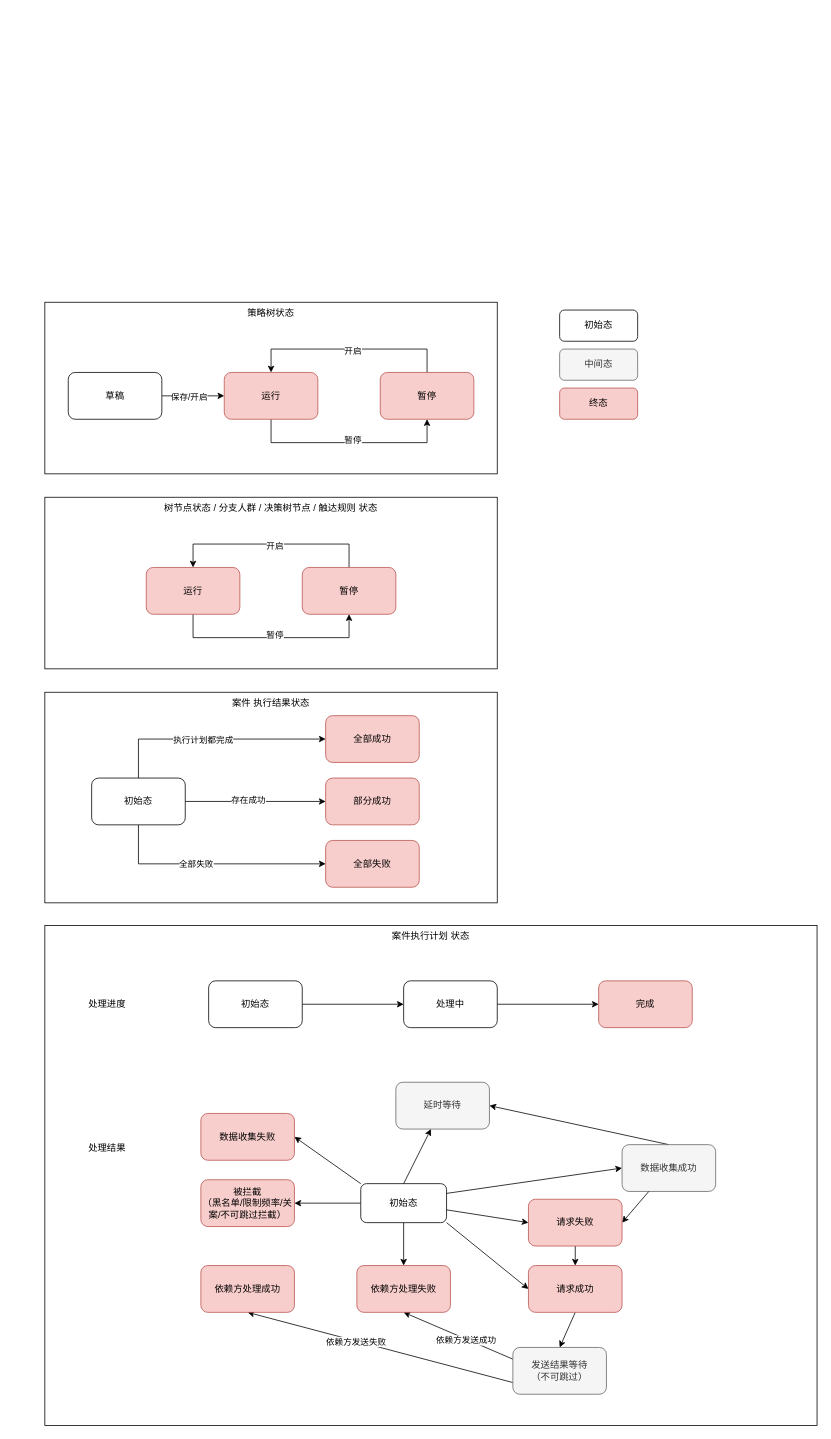
ABIN-DS/flowchart keeps this draw.io diagram as page "状态机设计" (4 of 10) of 运营决策系统设计.drawio. Above is the earlier version. Source tidied: cells renumbered, new cells numbered last; positions are measured from the earlier drawing's top-left corner, leaving out a move shared by most shapes. Both pictures are drawn from the tidied source at 78%, with x=0, y=0 at pixel (44, 302).
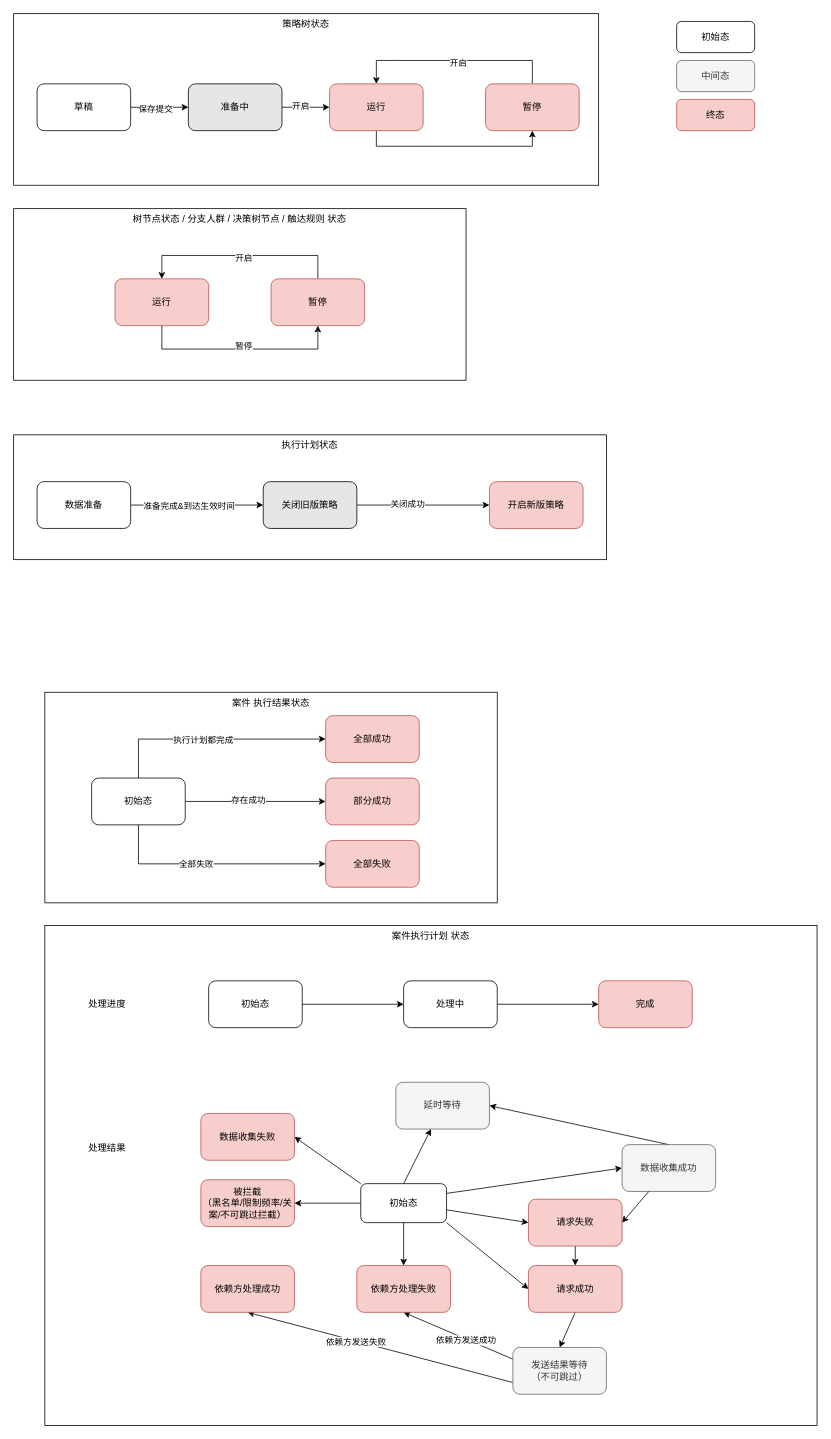
The same diagram, later.

Change to the diagram source:
```diff
@@
     <mxCell id="2" value="策略树状态" style="rounded=0;whiteSpace=wrap;html=1;verticalAlign=top;" parent="1" vertex="1">
-      <mxGeometry width="580" height="220" as="geometry" />
+      <mxGeometry x="-40" y="-370" width="750" height="220" as="geometry" />
     </mxCell>
-    <mxCell id="3" style="edgeStyle=orthogonalEdgeStyle;rounded=0;jettySize=auto;html=1;" parent="1" edge="1" source="5" target="8">
+    <mxCell id="3" style="edgeStyle=orthogonalEdgeStyle;rounded=0;jettySize=auto;html=1;entryX=0;entryY=0.5;entryDx=0;entryDy=0;entryPerimeter=0;" parent="1" edge="1" source="5" target="68">
       <mxGeometry relative="1" as="geometry" />
     </mxCell>
-    <mxCell id="4" value="保存/开启" style="edgeLabel;html=1;align=center;verticalAlign=middle;" parent="3" vertex="1">
+    <mxCell id="4" value="保存提交" style="edgeLabel;html=1;align=center;verticalAlign=middle;" parent="3" vertex="1">
       <mxGeometry x="-0.15" y="-1" relative="1" as="geometry" />
     </mxCell>
     <mxCell id="5" value="草稿" style="rounded=1;whiteSpace=wrap;html=1;" parent="1" vertex="1">
-      <mxGeometry x="30" y="90" width="120" height="60" as="geometry" />
+      <mxGeometry x="-10" y="-280" width="120" height="60" as="geometry" />
     </mxCell>
     <mxCell id="6" style="edgeStyle=orthogonalEdgeStyle;rounded=0;jettySize=auto;html=1;entryX=0.5;entryY=1;entryDx=0;entryDy=0;exitX=0.5;exitY=1;exitDx=0;exitDy=0;" parent="1" edge="1" source="8" target="11">
-      <mxGeometry relative="1" as="geometry">
-        <Array as="points">
-          <mxPoint x="290" y="180" />
-          <mxPoint x="490" y="180" />
-        </Array>
-      </mxGeometry>
+      <mxGeometry relative="1" as="geometry" />
     </mxCell>
-    <mxCell id="7" value="暂停" style="edgeLabel;html=1;align=center;verticalAlign=middle;" parent="6" vertex="1">
-      <mxGeometry x="0.03" y="4" relative="1" as="geometry" />
-    </mxCell>
     <mxCell id="8" value="运行" style="rounded=1;whiteSpace=wrap;html=1;fillColor=#f8cecc;strokeColor=#b85450;" parent="1" vertex="1">
-      <mxGeometry x="230" y="90" width="120" height="60" as="geometry" />
+      <mxGeometry x="365" y="-280" width="120" height="60" as="geometry" />
     </mxCell>
     <mxCell id="9" style="edgeStyle=orthogonalEdgeStyle;rounded=0;jettySize=auto;html=1;entryX=0.5;entryY=0;entryDx=0;entryDy=0;exitX=0.5;exitY=0;exitDx=0;exitDy=0;" parent="1" edge="1" source="11" target="8">
       <mxGeometry relative="1" as="geometry">
         <Array as="points">
-          <mxPoint x="490" y="60" />
-          <mxPoint x="290" y="60" />
+          <mxPoint x="450" y="-310" />
+          <mxPoint x="250" y="-310" />
         </Array>
       </mxGeometry>
     </mxCell>
@@
     <mxCell id="11" value="暂停" style="rounded=1;whiteSpace=wrap;html=1;fillColor=#f8cecc;strokeColor=#b85450;" parent="1" vertex="1">
-      <mxGeometry x="430" y="90" width="120" height="60" as="geometry" />
+      <mxGeometry x="565" y="-280" width="120" height="60" as="geometry" />
     </mxCell>
     <mxCell id="12" value="树节点状态 / 分支人群 / 决策树节点 / 触达规则 状态" style="rounded=0;whiteSpace=wrap;html=1;verticalAlign=top;" parent="1" vertex="1">
-      <mxGeometry y="250" width="580" height="220" as="geometry" />
+      <mxGeometry x="-40" y="-120" width="580" height="220" as="geometry" />
     </mxCell>
     <mxCell id="13" style="edgeStyle=orthogonalEdgeStyle;rounded=0;jettySize=auto;html=1;entryX=0.5;entryY=1;entryDx=0;entryDy=0;exitX=0.5;exitY=1;exitDx=0;exitDy=0;" parent="1" edge="1" source="15" target="18">
       <mxGeometry relative="1" as="geometry">
         <Array as="points">
-          <mxPoint x="190" y="430" />
-          <mxPoint x="390" y="430" />
+          <mxPoint x="150" y="60" />
+          <mxPoint x="350" y="60" />
         </Array>
       </mxGeometry>
     </mxCell>
@@
     <mxCell id="15" value="运行" style="rounded=1;whiteSpace=wrap;html=1;fillColor=#f8cecc;strokeColor=#b85450;" parent="1" vertex="1">
-      <mxGeometry x="130" y="340" width="120" height="60" as="geometry" />
+      <mxGeometry x="90" y="-30" width="120" height="60" as="geometry" />
     </mxCell>
     <mxCell id="16" style="edgeStyle=orthogonalEdgeStyle;rounded=0;jettySize=auto;html=1;entryX=0.5;entryY=0;entryDx=0;entryDy=0;exitX=0.5;exitY=0;exitDx=0;exitDy=0;" parent="1" edge="1" source="18" target="15">
       <mxGeometry relative="1" as="geometry">
         <Array as="points">
-          <mxPoint x="390" y="310" />
-          <mxPoint x="190" y="310" />
+          <mxPoint x="350" y="-60" />
+          <mxPoint x="150" y="-60" />
         </Array>
       </mxGeometry>
     </mxCell>
@@
     <mxCell id="18" value="暂停" style="rounded=1;whiteSpace=wrap;html=1;fillColor=#f8cecc;strokeColor=#b85450;" parent="1" vertex="1">
-      <mxGeometry x="330" y="340" width="120" height="60" as="geometry" />
+      <mxGeometry x="290" y="-30" width="120" height="60" as="geometry" />
     </mxCell>
@@
     <mxCell id="63" value="初始态" style="rounded=1;whiteSpace=wrap;html=1;" parent="1" vertex="1">
-      <mxGeometry x="660" y="10" width="100" height="40" as="geometry" />
+      <mxGeometry x="810" y="-360" width="100" height="40" as="geometry" />
     </mxCell>
     <mxCell id="64" value="终态" style="rounded=1;whiteSpace=wrap;html=1;fillColor=#f8cecc;strokeColor=#b85450;" parent="1" vertex="1">
-      <mxGeometry x="660" y="110" width="100" height="40" as="geometry" />
+      <mxGeometry x="810" y="-260" width="100" height="40" as="geometry" />
     </mxCell>
     <mxCell id="65" value="中间态" style="rounded=1;whiteSpace=wrap;html=1;fillColor=#f5f5f5;fontColor=#333333;strokeColor=#666666;" parent="1" vertex="1">
-      <mxGeometry x="660" y="60" width="100" height="40" as="geometry" />
+      <mxGeometry x="810" y="-310" width="100" height="40" as="geometry" />
     </mxCell>
+    <mxCell id="66" style="edgeStyle=none;rounded=0;jettySize=auto;html=1;entryX=0;entryY=0.5;entryDx=0;entryDy=0;" parent="1" edge="1" source="68" target="8">
+      <mxGeometry relative="1" as="geometry" />
+    </mxCell>
+    <mxCell id="67" value="开启" style="edgeLabel;html=1;align=center;verticalAlign=middle;" parent="66" vertex="1">
+      <mxGeometry x="-0.25" y="2" relative="1" as="geometry" />
+    </mxCell>
+    <mxCell id="68" value="准备中" style="rounded=1;whiteSpace=wrap;html=1;fillColor=#E6E6E6;" parent="1" vertex="1">
+      <mxGeometry x="184" y="-280" width="120" height="60" as="geometry" />
+    </mxCell>
+    <mxCell id="69" value="执行计划状态" style="rounded=0;whiteSpace=wrap;html=1;verticalAlign=top;" parent="1" vertex="1">
+      <mxGeometry x="-40" y="170" width="760" height="160" as="geometry" />
+    </mxCell>
+    <mxCell id="70" style="edgeStyle=orthogonalEdgeStyle;rounded=0;jettySize=auto;html=1;entryX=0;entryY=0.5;entryDx=0;entryDy=0;entryPerimeter=0;" parent="1" edge="1" source="72" target="76">
+      <mxGeometry relative="1" as="geometry" />
+    </mxCell>
+    <mxCell id="71" value="准备完成&amp;amp;到达生效时间" style="edgeLabel;html=1;align=center;verticalAlign=middle;" parent="70" vertex="1">
+      <mxGeometry x="-0.15" y="-1" relative="1" as="geometry">
+        <mxPoint x="2" y="-1" as="offset" />
+      </mxGeometry>
+    </mxCell>
+    <mxCell id="72" value="数据准备" style="rounded=1;whiteSpace=wrap;html=1;" parent="1" vertex="1">
+      <mxGeometry x="-10" y="230" width="120" height="60" as="geometry" />
+    </mxCell>
+    <mxCell id="73" value="开启新版策略" style="rounded=1;whiteSpace=wrap;html=1;fillColor=#f8cecc;strokeColor=#b85450;" parent="1" vertex="1">
+      <mxGeometry x="570" y="230" width="120" height="60" as="geometry" />
+    </mxCell>
+    <mxCell id="74" style="edgeStyle=none;rounded=0;jettySize=auto;html=1;entryX=0;entryY=0.5;entryDx=0;entryDy=0;" parent="1" edge="1" source="76" target="73">
+      <mxGeometry relative="1" as="geometry" />
+    </mxCell>
+    <mxCell id="75" value="关闭成功" style="edgeLabel;html=1;align=center;verticalAlign=middle;" parent="74" vertex="1">
+      <mxGeometry x="-0.25" y="2" relative="1" as="geometry" />
+    </mxCell>
+    <mxCell id="76" value="关闭旧版策略" style="rounded=1;whiteSpace=wrap;html=1;fillColor=#E6E6E6;" parent="1" vertex="1">
+      <mxGeometry x="280" y="230" width="120" height="60" as="geometry" />
+    </mxCell>
```
